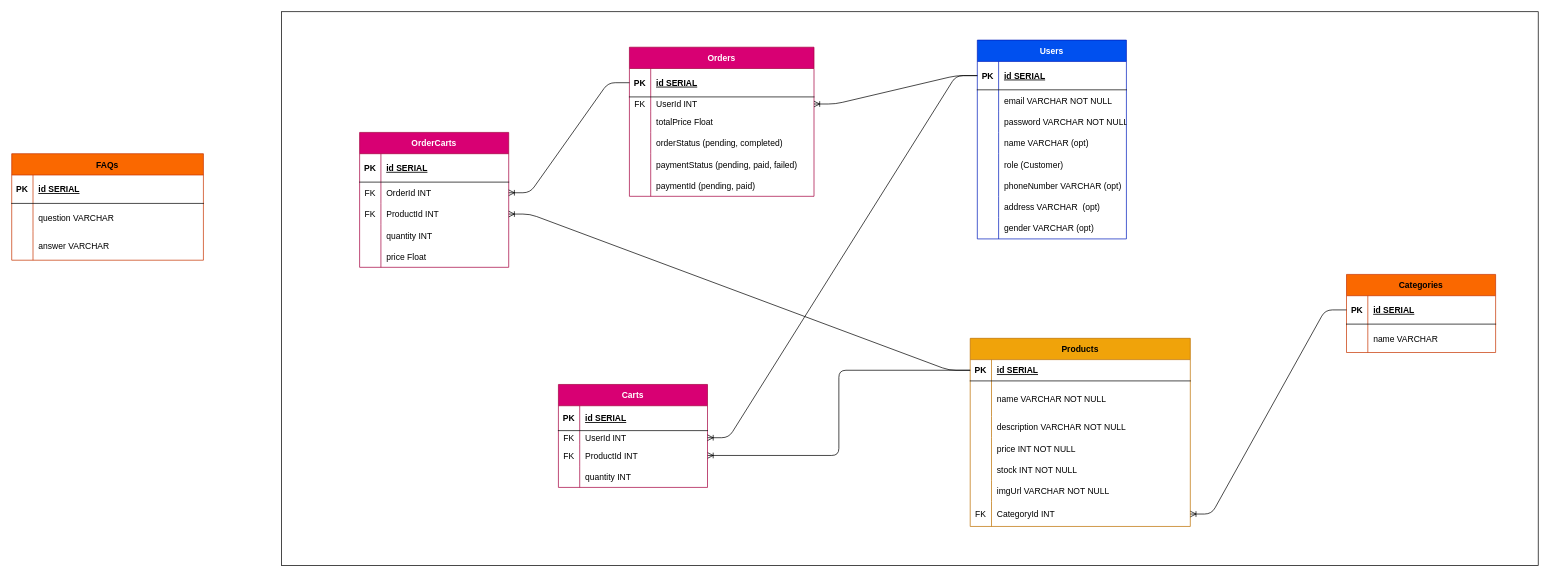
The draw.io diagram E-Commerce.drawio in H8-FSJS-P2S6/IP-RMT56, before the edit. Source tidied: cells renumbered, new cells numbered last; positions are measured from the earlier drawing's top-left corner, leaving out a move shared by most shapes. Both pictures are drawn from the tidied source at 71%, with x=0, y=0 at pixel (11, 11).
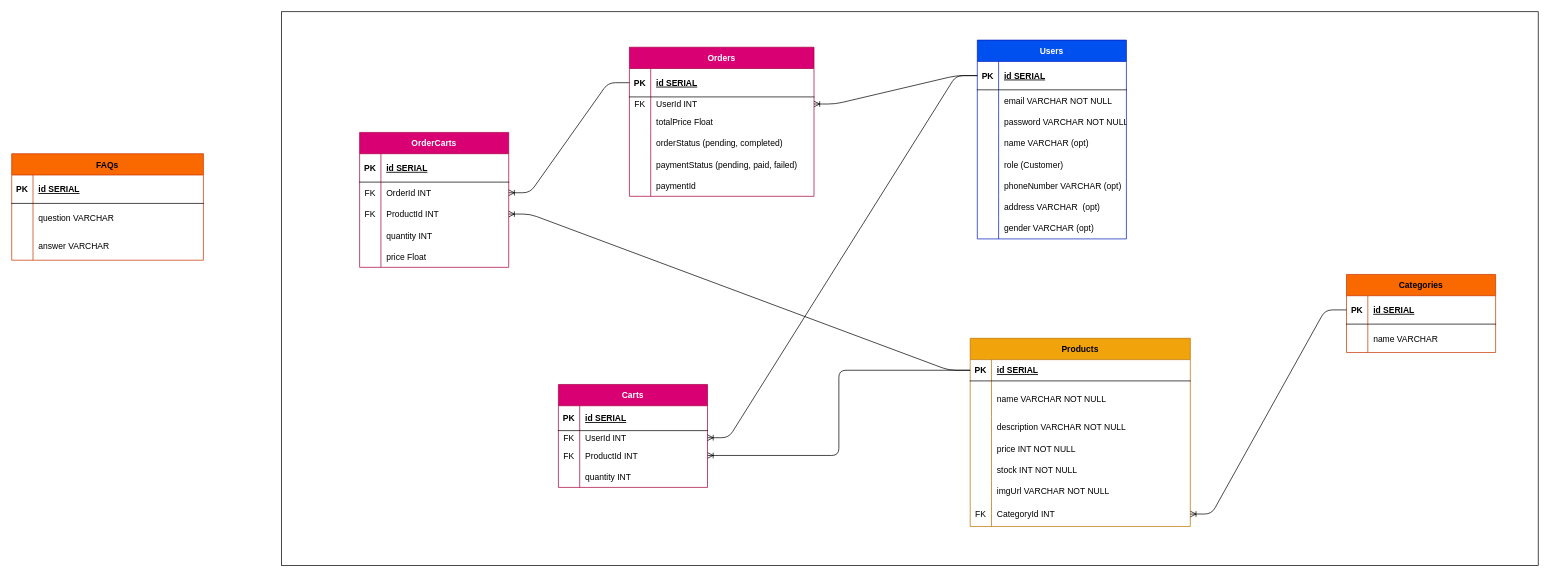
After the change.

The change refers to these unchanged cells:
```xml
<mxCell id="19" style="shape=tableRow;horizontal=0;startSize=0;swimlaneHead=0;swimlaneBody=0;fillColor=none;top=0;left=0;right=0;bottom=0;" parent="3" vertex="1">
  <mxGeometry y="180" width="260" height="30" as="geometry" />
</mxCell>
```

Change to the diagram source:
```diff
@@
-    <mxCell id="21" value="paymentId (pending, paid)" style="shape=partialRectangle;fillColor=none;top=0;left=0;bottom=0;right=0;align=left;spacingLeft=6;overflow=hidden;" parent="19" vertex="1">
+    <mxCell id="21" value="paymentId " style="shape=partialRectangle;fillColor=none;top=0;left=0;bottom=0;right=0;align=left;spacingLeft=6;overflow=hidden;" parent="19" vertex="1">
       <mxGeometry x="30" width="230" height="30" as="geometry" />
     </mxCell>
```
